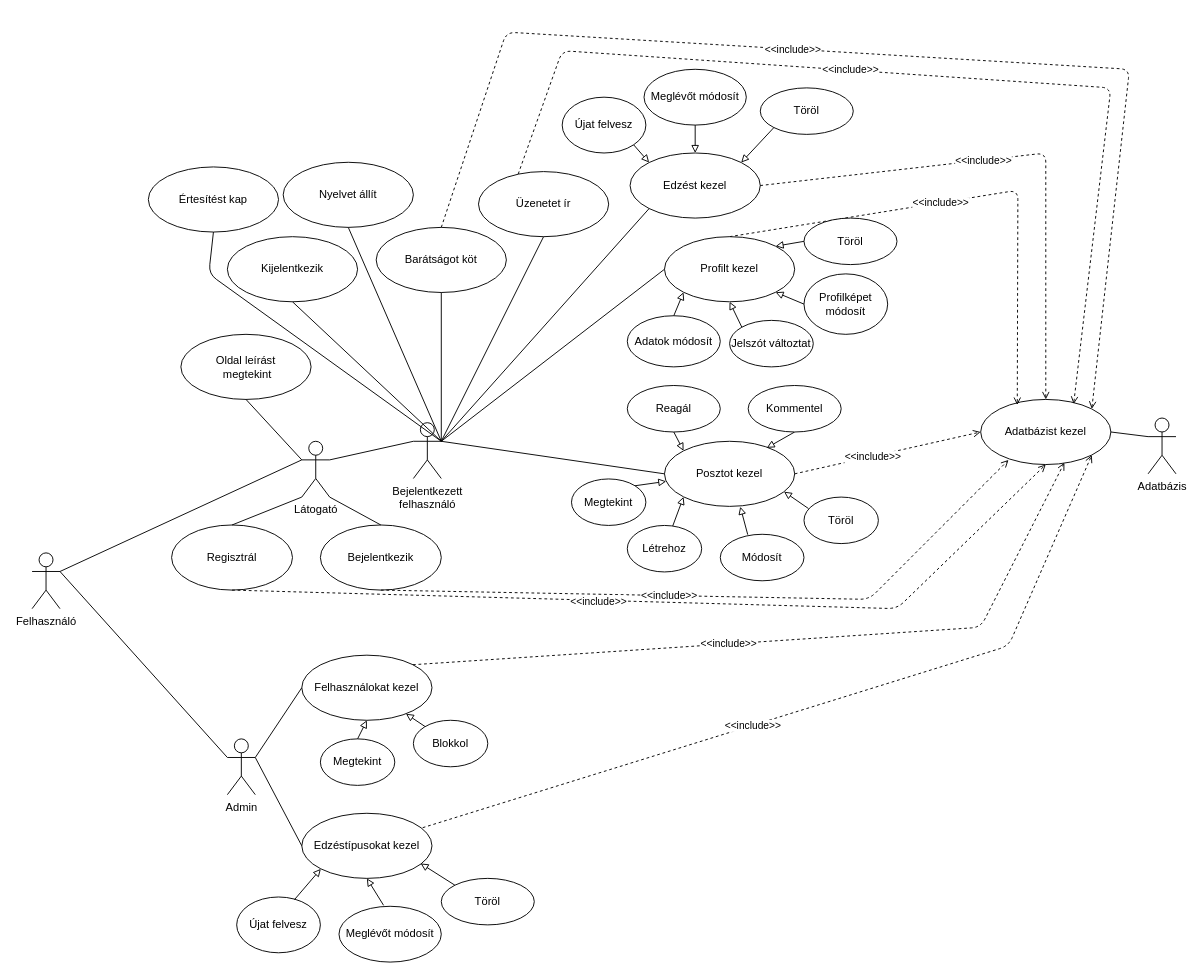
This is docs/uml/USE_CASE.drawio from szirbikpeti/thesis, a draw.io file, before an edit. Source tidied: cells renumbered, new cells numbered last; positions are measured from the earlier drawing's top-left corner, leaving out a move shared by most shapes. Both pictures are drawn from the tidied source at 93%, with x=0, y=0 at pixel (32, 32).
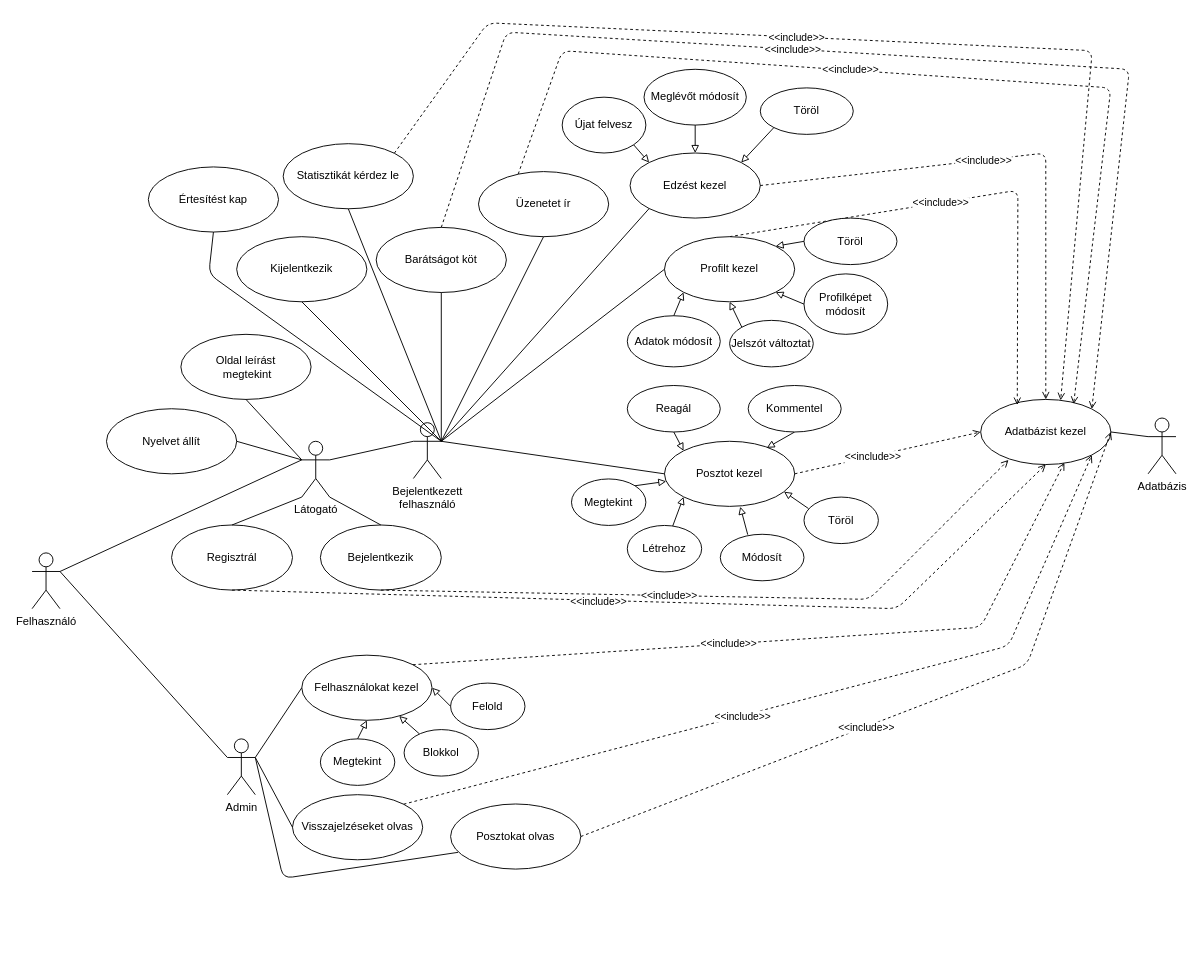
The same page after the edit.

The change refers to these unchanged cells:
```xml
<mxCell id="4" value="Adatbázist kezel" style="ellipse;whiteSpace=wrap;html=1;" parent="1" vertex="1">
  <mxGeometry x="1020" y="395" width="140" height="70" as="geometry" />
</mxCell>
<mxCell id="6" value="Látogató" style="shape=umlActor;verticalLabelPosition=bottom;verticalAlign=top;html=1;" parent="1" vertex="1">
  <mxGeometry x="290" y="440" width="30" height="60" as="geometry" />
</mxCell>
<mxCell id="10" value="Bejelentkezett&lt;br&gt;felhasználó" style="shape=umlActor;verticalLabelPosition=bottom;verticalAlign=top;html=1;" parent="1" vertex="1">
  <mxGeometry x="410" y="420" width="30" height="60" as="geometry" />
</mxCell>
<mxCell id="18" value="Felhasználokat kezel" style="ellipse;whiteSpace=wrap;html=1;" parent="1" vertex="1">
  <mxGeometry x="290" y="670" width="140" height="70" as="geometry" />
</mxCell>
<mxCell id="74" value="Admin" style="shape=umlActor;verticalLabelPosition=bottom;verticalAlign=top;html=1;outlineConnect=0;" parent="1" vertex="1">
  <mxGeometry x="210" y="760" width="30" height="60" as="geometry" />
</mxCell>
```

Change to the diagram source:
```diff
@@
     <mxCell id="22" value="Kijelentkezik" style="ellipse;whiteSpace=wrap;html=1;" parent="1" vertex="1">
-      <mxGeometry x="210" y="220" width="140" height="70" as="geometry" />
+      <mxGeometry x="220" y="220" width="140" height="70" as="geometry" />
     </mxCell>
@@
     <mxCell id="62" value="Nyelvet állít" style="ellipse;whiteSpace=wrap;html=1;" parent="1" vertex="1">
-      <mxGeometry x="270" y="140" width="140" height="70" as="geometry" />
+      <mxGeometry x="80" y="405" width="140" height="70" as="geometry" />
     </mxCell>
-    <mxCell id="63" style="endArrow=none;html=1;exitX=0.5;exitY=1;exitDx=0;exitDy=0;entryX=1;entryY=0.3333333333333333;entryDx=0;entryDy=0;entryPerimeter=0;" parent="1" edge="1" source="62" target="10">
+    <mxCell id="63" style="endArrow=none;html=1;exitX=1;exitY=0.5;exitDx=0;exitDy=0;entryX=0;entryY=0.3333333333333333;entryDx=0;entryDy=0;entryPerimeter=0;" parent="1" edge="1" source="62" target="6">
       <mxGeometry relative="1" as="geometry" />
     </mxCell>
@@
     <mxCell id="77" value="Blokkol" style="ellipse;whiteSpace=wrap;html=1;" parent="1" vertex="1">
-      <mxGeometry x="410" y="740" width="80" height="50" as="geometry" />
+      <mxGeometry x="400" y="750" width="80" height="50" as="geometry" />
     </mxCell>
@@
-    <mxCell id="80" value="Edzéstípusokat kezel" style="ellipse;whiteSpace=wrap;html=1;" parent="1" vertex="1">
-      <mxGeometry x="290" y="840" width="140" height="70" as="geometry" />
+    <mxCell id="80" value="Visszajelzéseket olvas" style="ellipse;whiteSpace=wrap;html=1;" parent="1" vertex="1">
+      <mxGeometry x="280" y="820" width="140" height="70" as="geometry" />
     </mxCell>
@@
-    <mxCell id="82" style="endArrow=open;html=1;exitX=1;exitY=0;exitDx=0;exitDy=0;dashed=1;endFill=0;entryX=1;entryY=1;entryDx=0;entryDy=0;" parent="1" edge="1" target="4">
+    <mxCell id="82" style="endArrow=open;html=1;exitX=1;exitY=0;exitDx=0;exitDy=0;dashed=1;endFill=0;entryX=1;entryY=1;entryDx=0;entryDy=0;" parent="1" edge="1" source="80" target="4">
       <mxGeometry relative="1" as="geometry">
-        <mxPoint x="420" y="855.5" as="sourcePoint" />
         <Array as="points">
           <mxPoint x="1050" y="660" />
         </Array>
       </mxGeometry>
     </mxCell>
@@
-    <mxCell id="84" value="Újat felvesz" style="ellipse;whiteSpace=wrap;html=1;" parent="1" vertex="1">
-      <mxGeometry x="220" y="930" width="90" height="60" as="geometry" />
-    </mxCell>
-    <mxCell id="85" style="endArrow=block;html=1;exitX=0.689;exitY=0.05;exitDx=0;exitDy=0;entryX=0;entryY=1;entryDx=0;entryDy=0;endFill=0;exitPerimeter=0;" parent="1" edge="1" source="84" target="80">
-      <mxGeometry relative="1" as="geometry" />
-    </mxCell>
-    <mxCell id="86" value="Meglévőt módosít" style="ellipse;whiteSpace=wrap;html=1;" parent="1" vertex="1">
-      <mxGeometry x="330" y="940" width="110" height="60" as="geometry" />
-    </mxCell>
-    <mxCell id="87" style="endArrow=block;html=1;exitX=0.436;exitY=-0.017;exitDx=0;exitDy=0;entryX=0.5;entryY=1;entryDx=0;entryDy=0;endFill=0;exitPerimeter=0;" parent="1" edge="1" source="86" target="80">
-      <mxGeometry relative="1" as="geometry" />
-    </mxCell>
-    <mxCell id="88" value="Töröl" style="ellipse;whiteSpace=wrap;html=1;" parent="1" vertex="1">
-      <mxGeometry x="440" y="910" width="100" height="50" as="geometry" />
-    </mxCell>
-    <mxCell id="89" style="endArrow=block;html=1;exitX=0;exitY=0;exitDx=0;exitDy=0;entryX=0.913;entryY=0.771;entryDx=0;entryDy=0;endFill=0;entryPerimeter=0;" parent="1" edge="1" source="88" target="80">
-      <mxGeometry relative="1" as="geometry" />
-    </mxCell>
@@
+    <mxCell id="92" value="Posztokat olvas" style="ellipse;whiteSpace=wrap;html=1;" parent="1" vertex="1">
+      <mxGeometry x="450" y="830" width="140" height="70" as="geometry" />
+    </mxCell>
+    <mxCell id="93" style="endArrow=open;html=1;exitX=1;exitY=0.5;exitDx=0;exitDy=0;dashed=1;endFill=0;entryX=1;entryY=0.5;entryDx=0;entryDy=0;" parent="1" edge="1" source="92" target="4">
+      <mxGeometry relative="1" as="geometry">
+        <Array as="points">
+          <mxPoint x="1070" y="680" />
+        </Array>
+      </mxGeometry>
+    </mxCell>
+    <mxCell id="94" value="&amp;lt;&amp;lt;include&amp;gt;&amp;gt;" style="edgeLabel;html=1;align=center;verticalAlign=middle;" parent="93" vertex="1">
+      <mxGeometry x="-0.16" relative="1" as="geometry" />
+    </mxCell>
+    <mxCell id="95" style="endArrow=none;html=1;entryX=1;entryY=0.3333333333333333;entryDx=0;entryDy=0;entryPerimeter=0;exitX=0.057;exitY=0.743;exitDx=0;exitDy=0;exitPerimeter=0;" parent="1" edge="1" source="92" target="74">
+      <mxGeometry relative="1" as="geometry">
+        <Array as="points">
+          <mxPoint x="270" y="910" />
+        </Array>
+      </mxGeometry>
+    </mxCell>
+    <mxCell id="96" value="Felold" style="ellipse;whiteSpace=wrap;html=1;" parent="1" vertex="1">
+      <mxGeometry x="450" y="700" width="80" height="50" as="geometry" />
+    </mxCell>
+    <mxCell id="97" style="endArrow=block;html=1;endFill=0;entryX=1;entryY=0.5;entryDx=0;entryDy=0;exitX=0;exitY=0.5;exitDx=0;exitDy=0;" parent="1" edge="1" source="96" target="18">
+      <mxGeometry relative="1" as="geometry" />
+    </mxCell>
+    <mxCell id="98" value="Statisztikát kérdez le" style="ellipse;whiteSpace=wrap;html=1;" parent="1" vertex="1">
+      <mxGeometry x="270" y="120" width="140" height="70" as="geometry" />
+    </mxCell>
+    <mxCell id="99" style="endArrow=none;html=1;entryX=1;entryY=0.3333333333333333;entryDx=0;entryDy=0;entryPerimeter=0;exitX=0.5;exitY=1;exitDx=0;exitDy=0;" parent="1" edge="1" source="98" target="10">
+      <mxGeometry relative="1" as="geometry" />
+    </mxCell>
+    <mxCell id="100" style="endArrow=open;html=1;dashed=1;endFill=0;exitX=1;exitY=0;exitDx=0;exitDy=0;entryX=0.614;entryY=0.014;entryDx=0;entryDy=0;entryPerimeter=0;" parent="1" edge="1" source="98" target="4">
+      <mxGeometry relative="1" as="geometry">
+        <Array as="points">
+          <mxPoint x="490" y="-10" />
+          <mxPoint x="1140" y="20" />
+        </Array>
+      </mxGeometry>
+    </mxCell>
+    <mxCell id="101" value="&amp;lt;&amp;lt;include&amp;gt;&amp;gt;" style="edgeLabel;html=1;align=center;verticalAlign=middle;" parent="100" vertex="1">
+      <mxGeometry x="-0.16" relative="1" as="geometry" />
+    </mxCell>
```
